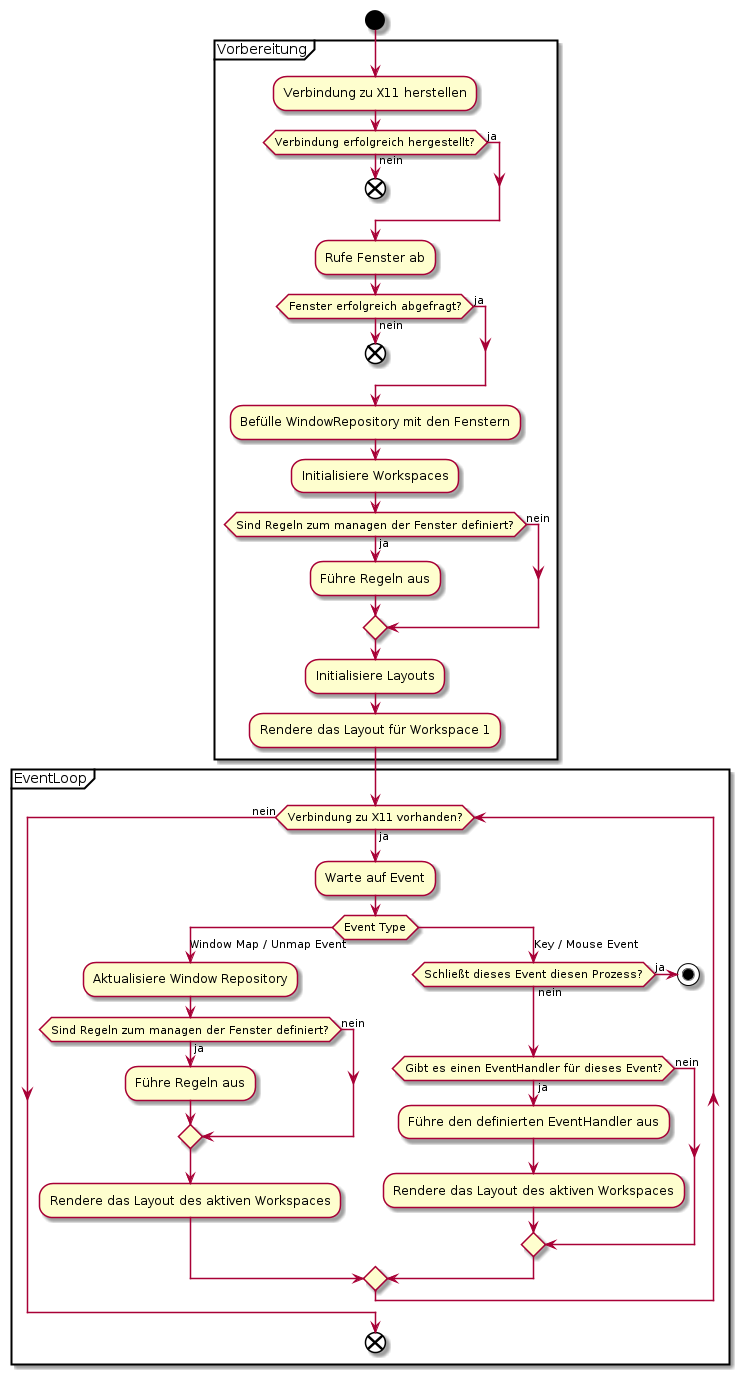
Above: softwaretechnik/assignments/uml/diagrams/activity.png in mara-schulke/thb (PlantUML), before the change.
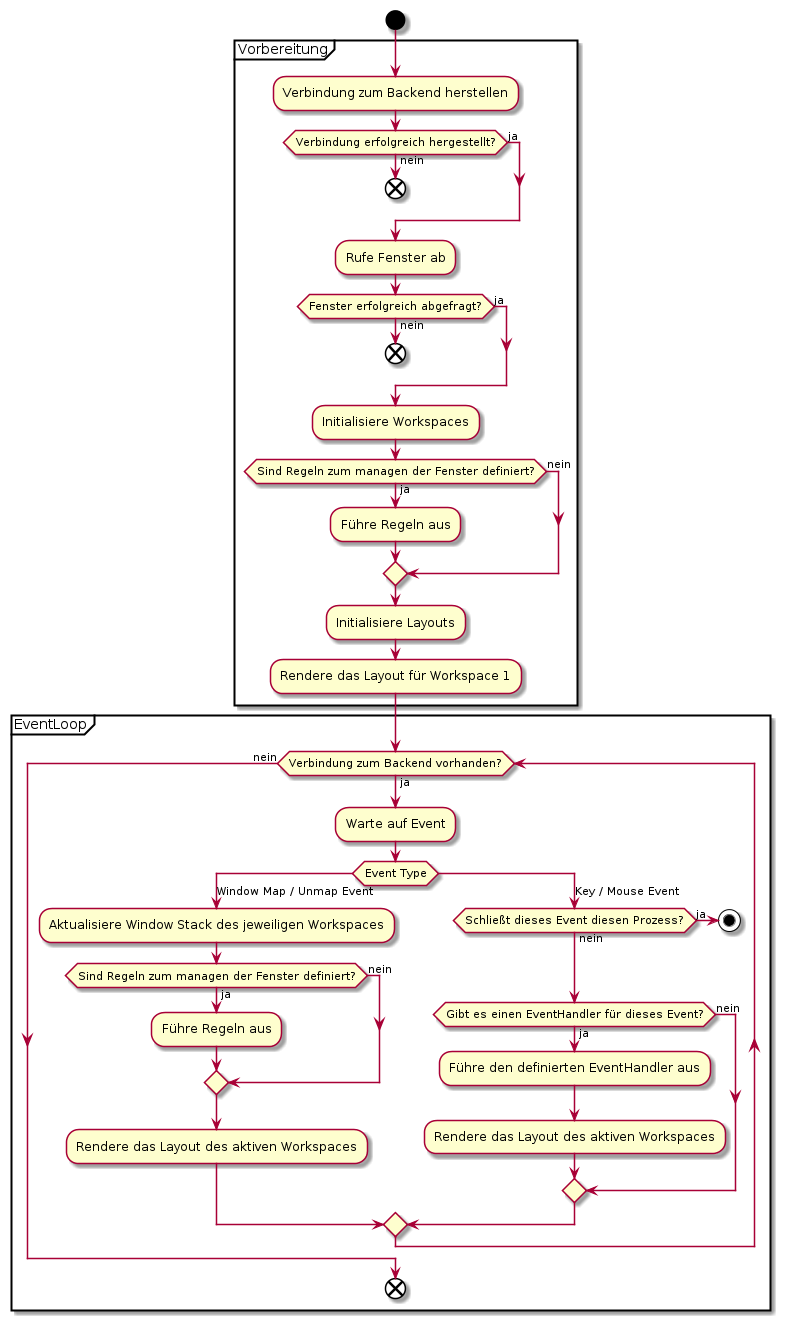
The same diagram one commit later.

Commit message:
Update the swt assignment 2 activity dia

Diff of the diagram source:
```diff
@@ -1,9 +1,8 @@
 @startuml
-
 start
 
 partition Vorbereitung {
-	:Verbindung zu X11 herstellen;
+	:Verbindung zum Backend herstellen;
 
 	if (Verbindung erfolgreich hergestellt?) then (nein)
 		end
@@ -17,8 +16,6 @@
 	else (ja)
 	endif
 
-	:Befülle WindowRepository mit den Fenstern;
-
 	:Initialisiere Workspaces;
 
 	if (Sind Regeln zum managen der Fenster definiert?) then (ja)
@@ -31,12 +28,12 @@
 }
 
 partition EventLoop {
-	while (Verbindung zu X11 vorhanden?) is (ja)
+	while (Verbindung zum Backend vorhanden?) is (ja)
 		:Warte auf Event;
 
 		switch (Event Type)
 		case (Window Map / Unmap Event)
-			:Aktualisiere Window Repository;
+			:Aktualisiere Window Stack des jeweiligen Workspaces;
 
 			if (Sind Regeln zum managen der Fenster definiert?) then (ja)
 				:Führe Regeln aus;
@@ -60,5 +57,4 @@
 
 	end
 }
-
 @endumll
```
